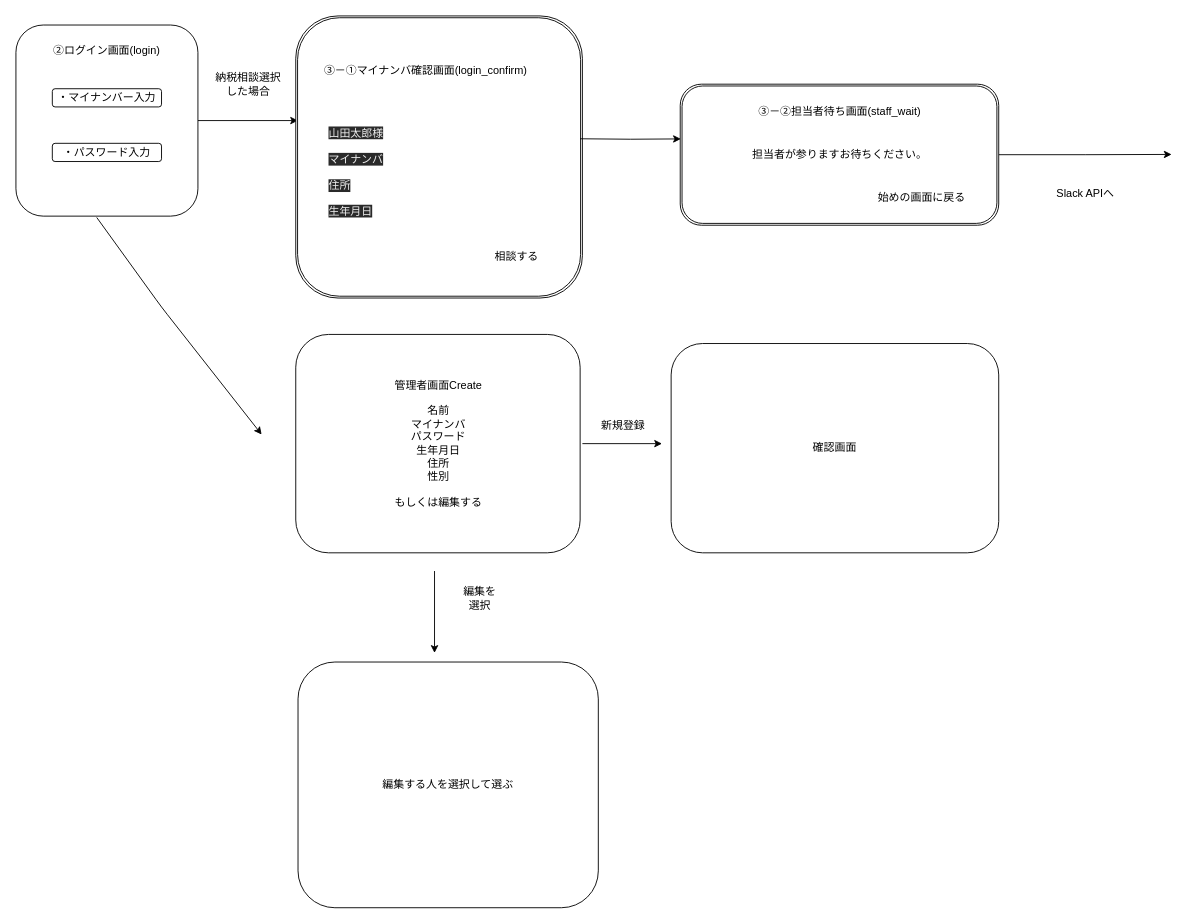
This is 画面遷移.drawio from ingk-18/AskFormPlus, a draw.io file, before an edit. Source tidied: cells renumbered, new cells numbered last; positions are measured from the earlier drawing's top-left corner, leaving out a move shared by most shapes. Both pictures are drawn from the tidied source at 91%, with x=0, y=0 at pixel (15, 15).
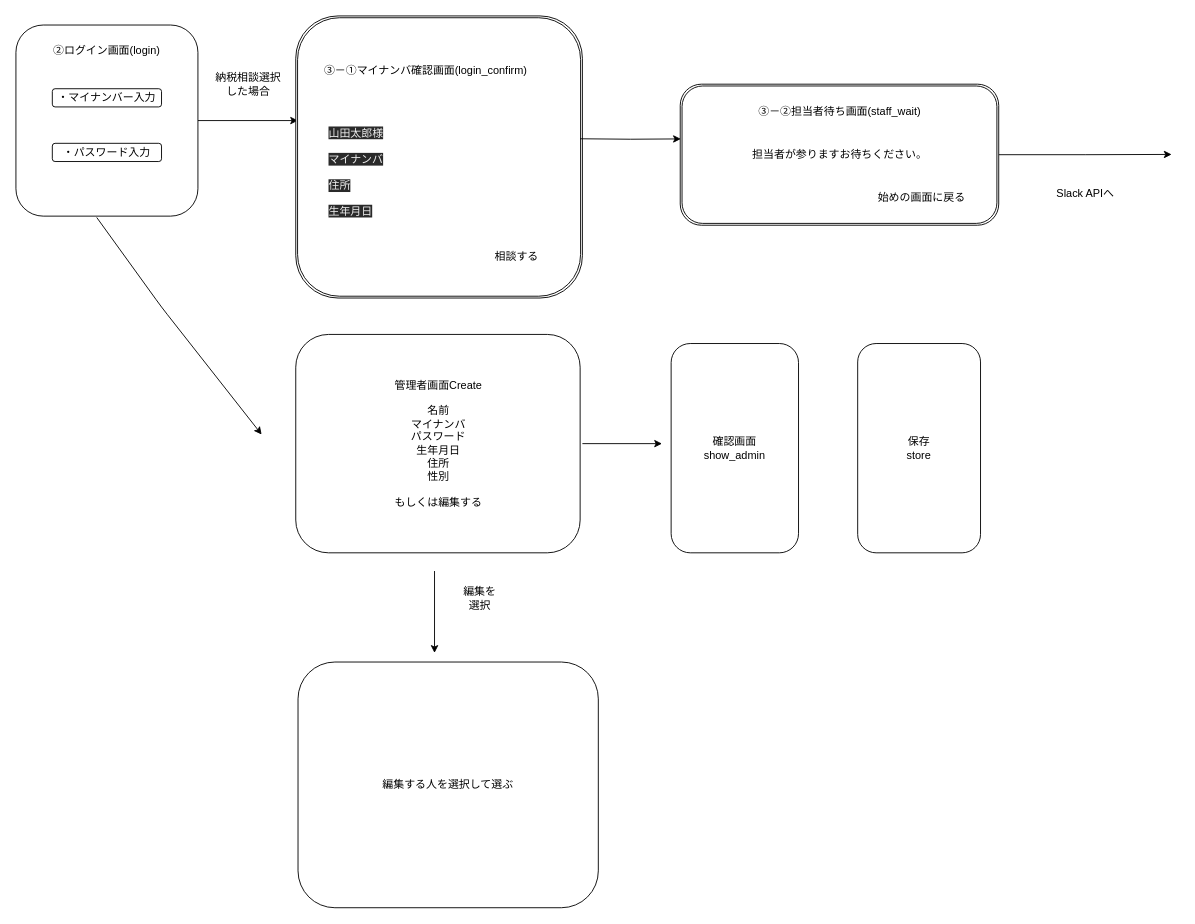
After the change.

What changed in the source:
```diff
@@
-    <mxCell id="21" value="確認画面" style="rounded=1;whiteSpace=wrap;html=1;" parent="1" vertex="1">
-      <mxGeometry x="720" y="360" width="360" height="230" as="geometry" />
+    <mxCell id="21" value="確認画面&lt;br&gt;show_admin" style="rounded=1;whiteSpace=wrap;html=1;" parent="1" vertex="1">
+      <mxGeometry x="720" y="360" width="140" height="230" as="geometry" />
     </mxCell>
@@
-    <mxCell id="25" value="新規登録" style="text;html=1;align=center;verticalAlign=middle;" parent="1" vertex="1">
-      <mxGeometry x="637" y="440" width="60" height="20" as="geometry" />
-    </mxCell>
@@
+    <mxCell id="28" value="保存&lt;br&gt;store" style="rounded=1;whiteSpace=wrap;html=1;" parent="1" vertex="1">
+      <mxGeometry x="925" y="360" width="135" height="230" as="geometry" />
+    </mxCell>
```
